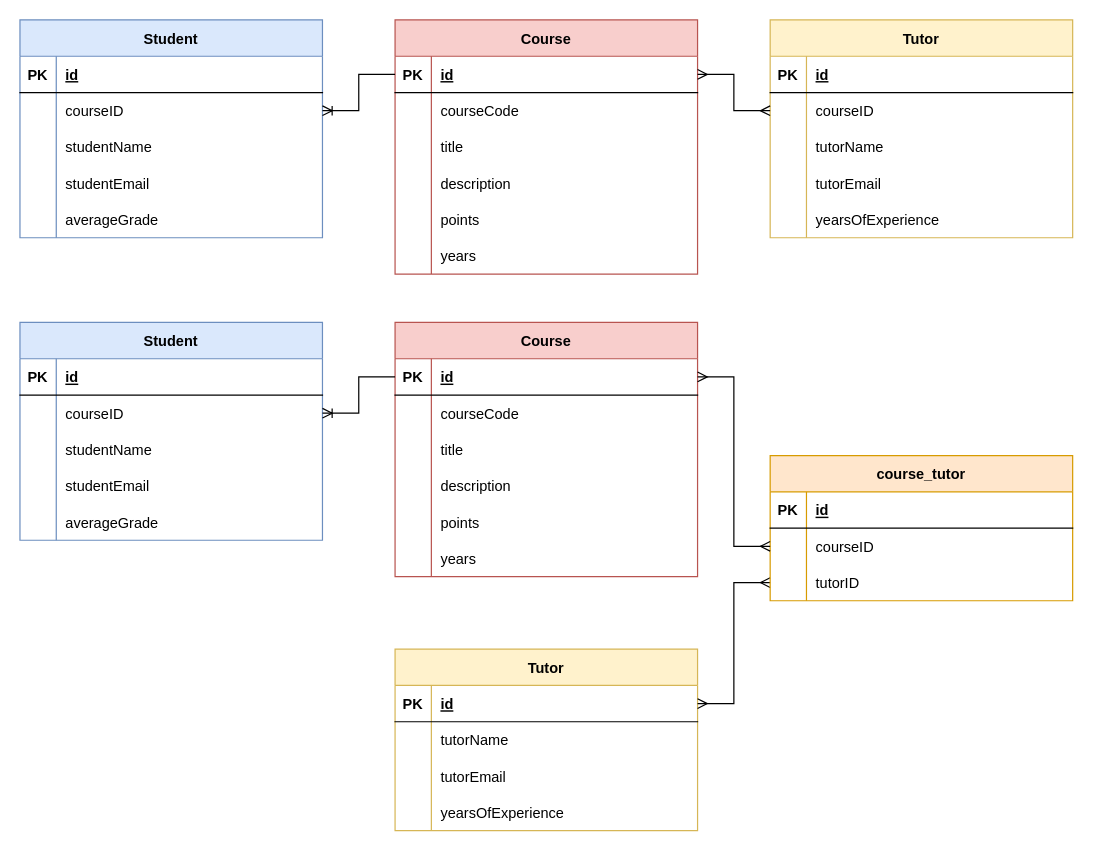
This is coursediagram.drawio from N00240258/Y2AdvancedWebDev, a draw.io file, before an edit. Source tidied: cells renumbered, new cells numbered last; positions are measured from the earlier drawing's top-left corner, leaving out a move shared by most shapes. Both pictures are drawn from the tidied source at 121%, with x=0, y=0 at pixel (19, 19).
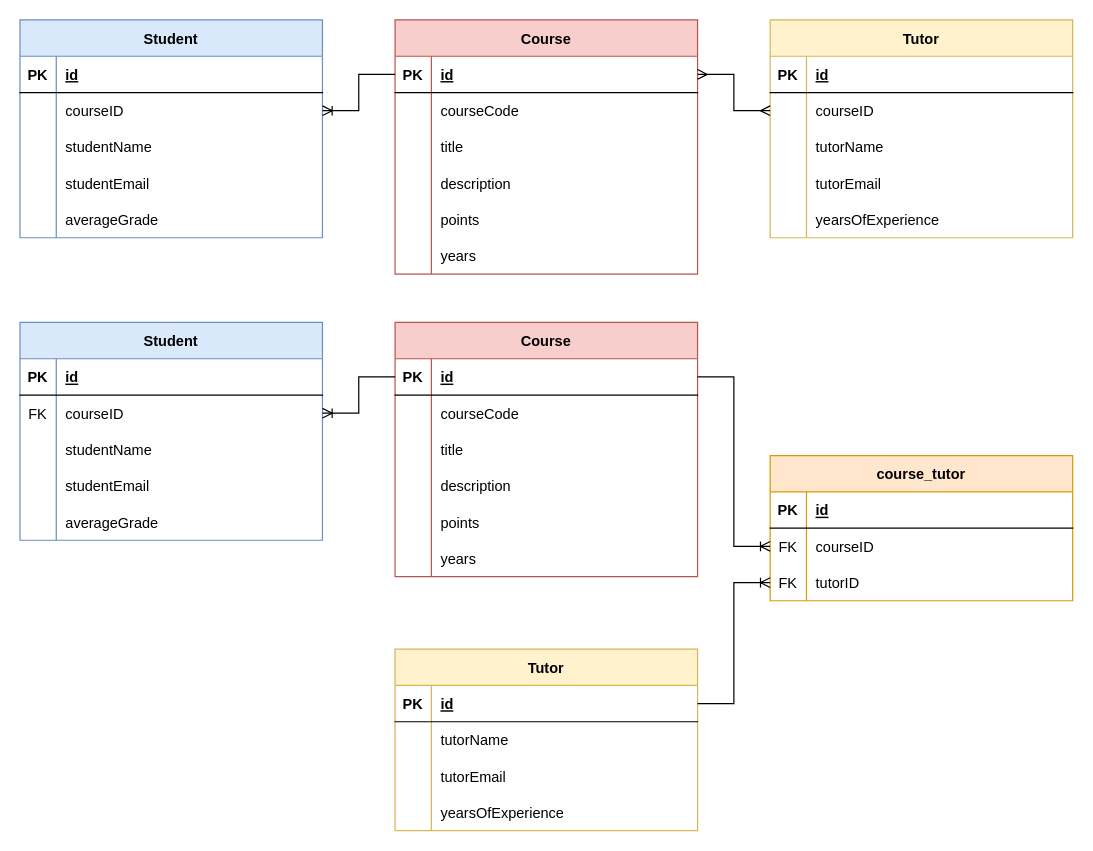
The same diagram, later.

Unchanged cells that the change refers to:
```xml
<mxCell id="56" style="shape=partialRectangle;fillColor=none;points=[[0,0.5],[1,0.5]];portConstraint=eastwest;top=0;left=0;right=0;bottom=1;" parent="55" vertex="1">
  <mxGeometry y="30" width="250" height="30" as="geometry" />
</mxCell>
<mxCell id="75" style="shape=partialRectangle;fillColor=none;points=[[0,0.5],[1,0.5]];portConstraint=eastwest;top=0;left=0;right=0;bottom=1;" parent="74" vertex="1">
  <mxGeometry y="30" width="250" height="30" as="geometry" />
</mxCell>
<mxCell id="91" style="shape=partialRectangle;fillColor=none;points=[[0,0.5],[1,0.5]];portConstraint=eastwest;top=0;left=0;right=0;bottom=0;" parent="87" vertex="1">
  <mxGeometry y="60" width="250" height="30" as="geometry" />
</mxCell>
<mxCell id="109" style="shape=partialRectangle;fillColor=none;points=[[0,0.5],[1,0.5]];portConstraint=eastwest;top=0;left=0;right=0;bottom=0;" parent="105" vertex="1">
  <mxGeometry y="60" width="250" height="30" as="geometry" />
</mxCell>
<mxCell id="112" style="shape=partialRectangle;fillColor=none;points=[[0,0.5],[1,0.5]];portConstraint=eastwest;top=0;left=0;right=0;bottom=0;" parent="105" vertex="1">
  <mxGeometry y="90" width="250" height="30" as="geometry" />
</mxCell>
```

Diff of the diagram source:
```diff
@@
-    <mxCell id="92" style="shape=partialRectangle;overflow=hidden;fillColor=none;top=0;left=0;bottom=0;right=0;" parent="91" vertex="1">
+    <mxCell id="92" value="FK" style="shape=partialRectangle;overflow=hidden;fillColor=none;top=0;left=0;bottom=0;right=0;" parent="91" vertex="1">
       <mxGeometry width="30" height="30" as="geometry" />
     </mxCell>
@@
-    <mxCell id="103" style="edgeStyle=entityRelationEdgeStyle;fontSize=12;html=1;endArrow=ERmany;startArrow=ERmany;rounded=0;" parent="1" edge="1" source="75" target="112">
-      <mxGeometry relative="1" as="geometry">
-        <Array as="points">
-          <mxPoint x="600" y="320" />
-        </Array>
-      </mxGeometry>
-    </mxCell>
@@
-    <mxCell id="110" style="shape=partialRectangle;overflow=hidden;fillColor=none;top=0;left=0;bottom=0;right=0;" parent="109" vertex="1">
+    <mxCell id="110" value="FK" style="shape=partialRectangle;overflow=hidden;fillColor=none;top=0;left=0;bottom=0;right=0;" parent="109" vertex="1">
       <mxGeometry width="30" height="30" as="geometry" />
     </mxCell>
@@
-    <mxCell id="113" style="shape=partialRectangle;overflow=hidden;fillColor=none;top=0;left=0;bottom=0;right=0;" parent="112" vertex="1">
+    <mxCell id="113" value="FK" style="shape=partialRectangle;overflow=hidden;fillColor=none;top=0;left=0;bottom=0;right=0;" parent="112" vertex="1">
       <mxGeometry width="30" height="30" as="geometry" />
     </mxCell>
@@
+    <mxCell id="103" style="edgeStyle=entityRelationEdgeStyle;fontSize=12;html=1;endArrow=ERoneToMany;rounded=0;" parent="1" edge="1" source="75" target="112">
+      <mxGeometry relative="1" as="geometry" />
+    </mxCell>
-    <mxCell id="115" style="edgeStyle=entityRelationEdgeStyle;fontSize=12;html=1;endArrow=ERmany;startArrow=ERmany;rounded=0;" parent="1" edge="1" source="56" target="109">
+    <mxCell id="115" style="edgeStyle=entityRelationEdgeStyle;fontSize=12;html=1;endArrow=ERoneToMany;rounded=0;" parent="1" edge="1" source="56" target="109">
       <mxGeometry relative="1" as="geometry" />
     </mxCell>
```
